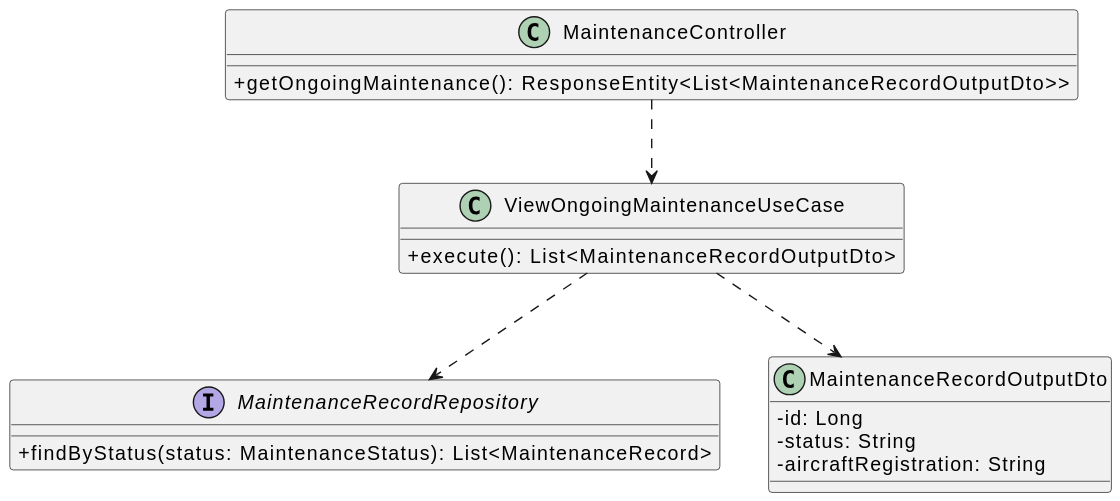
caetanotiago/PSOFT keeps this PlantUML diagram as docs/sytem-documentation/US219/svg/US219-CD.svg. Above is the earlier version.
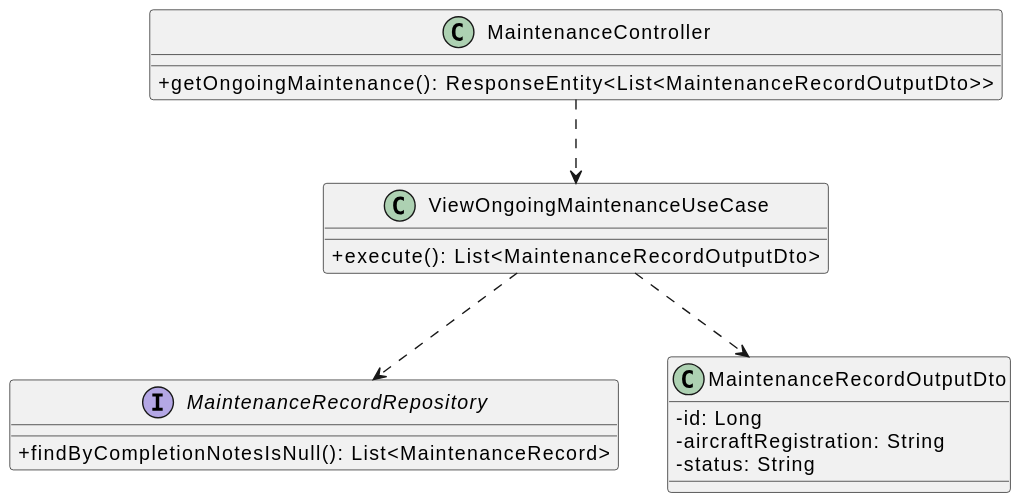
The same file after the commit.

What changed in the source:
```diff
@@ -10,13 +10,13 @@
 }
 
 interface MaintenanceRecordRepository {
-  + findByStatus(status: MaintenanceStatus): List<MaintenanceRecord>
+  + findByCompletionNotesIsNull(): List<MaintenanceRecord>
 }
 
 class MaintenanceRecordOutputDto {
   - id: Long
+  - aircraftRegistration: String
   - status: String
-  - aircraftRegistration: String
 }
 
 MaintenanceController ..> ViewOngoingMaintenanceUseCase
```
